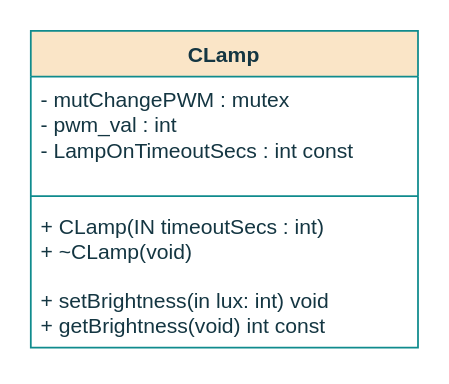
ESRGgroup9/slipad keeps this draw.io diagram as page "Class" (1 of 3) of documentation/flowcharts/02Classes/CLamp.drawio. Above is the earlier version. Source tidied: cells renumbered, new cells numbered last; positions are measured from the earlier drawing's top-left corner, leaving out a move shared by most shapes. Both pictures are drawn from the tidied source at 176%, with x=0, y=0 at pixel (30, 30).
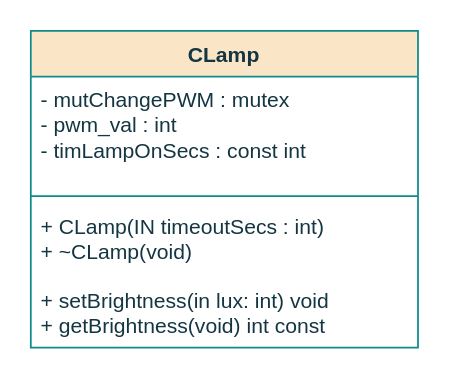
The same diagram, later.

Change to the diagram source:
```diff
@@
 <mxGraphModel>
   <root>
     <mxCell id="0" />
     <mxCell id="1" parent="0" />
     <mxCell id="2" value="CLamp" style="swimlane;fontStyle=1;align=center;verticalAlign=top;horizontal=1;startSize=26;fillColor=#FAE5C7;strokeColor=#0F8B8D;fontColor=#143642;" parent="1" vertex="1">
       <mxGeometry width="220" height="180" as="geometry" />
     </mxCell>
-    <mxCell id="3" value="- mutChangePWM : mutex&lt;br&gt;- pwm_val : int&lt;br&gt;- LampOnTimeoutSecs : int const&lt;br&gt;" style="text;strokeColor=none;fillColor=none;align=left;verticalAlign=top;spacingLeft=4;spacingRight=4;overflow=hidden;fontColor=#143642;fontStyle=0;html=1;" parent="2" vertex="1">
+    <mxCell id="3" value="- mutChangePWM : mutex&lt;br&gt;- pwm_val : int&lt;br&gt;- timLampOnSecs : const int" style="text;strokeColor=none;fillColor=none;align=left;verticalAlign=top;spacingLeft=4;spacingRight=4;overflow=hidden;fontColor=#143642;fontStyle=0;html=1;" parent="2" vertex="1">
       <mxGeometry y="26" width="220" height="64" as="geometry" />
     </mxCell>
     <mxCell id="4" style="line;strokeWidth=1;fillColor=none;align=left;verticalAlign=middle;spacingTop=-1;spacingLeft=3;spacingRight=3;labelPosition=right;labelBackgroundColor=#DAD2D8;strokeColor=#0F8B8D;fontColor=#143642;" parent="2" vertex="1">
       <mxGeometry y="90" width="220" height="8" as="geometry" />
     </mxCell>
     <mxCell id="5" value="+ CLamp(IN timeoutSecs : int)&#10;+ ~CLamp(void)&#10;&#10;+ setBrightness(in lux: int) void&#10;+ getBrightness(void) int const&#10;&#10;&#10;&#10;" style="text;strokeColor=none;fillColor=none;align=left;verticalAlign=top;spacingLeft=4;spacingRight=4;overflow=hidden;fontColor=#143642;" parent="2" vertex="1">
       <mxGeometry y="98" width="220" height="82" as="geometry" />
     </mxCell>
   </root>
 </mxGraphModel>
```
